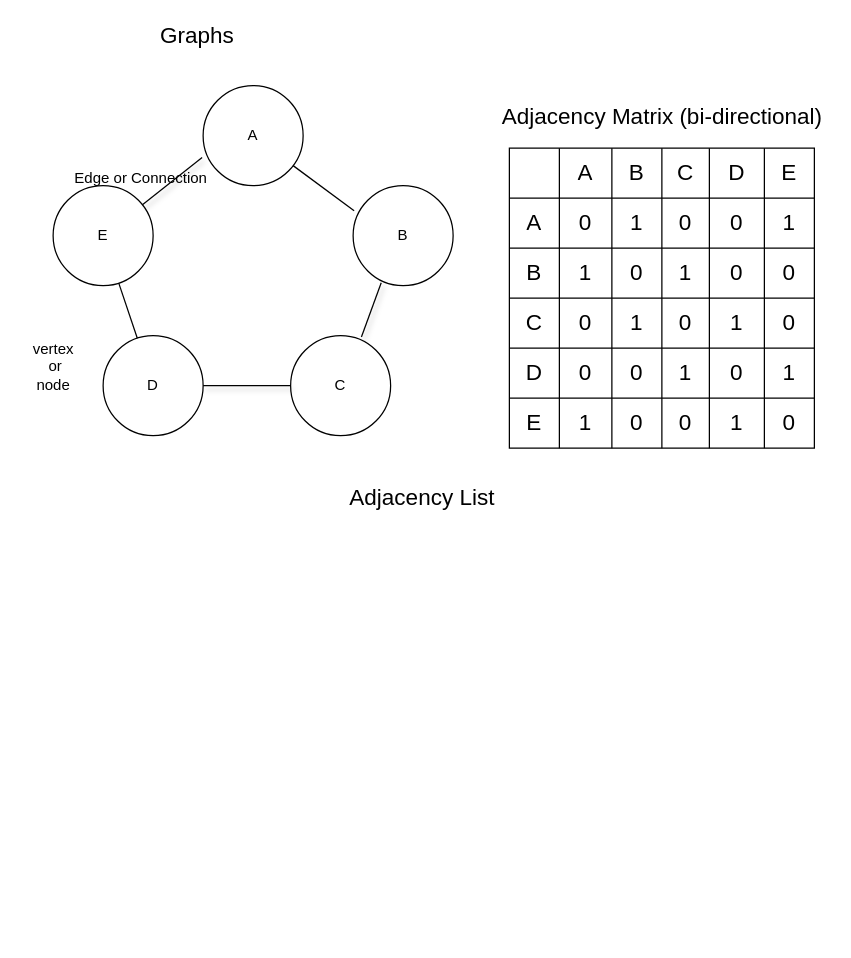
anjali-ghanshani/datastructure-and-algorithms-javascript keeps this draw.io diagram as data-structure/graphs.drawio. Above is the earlier version. Source tidied: cells renumbered, new cells numbered last; positions are measured from the earlier drawing's top-left corner, leaving out a move shared by most shapes. Both pictures are drawn from the tidied source at 125%, with x=0, y=0 at pixel (21, 22).
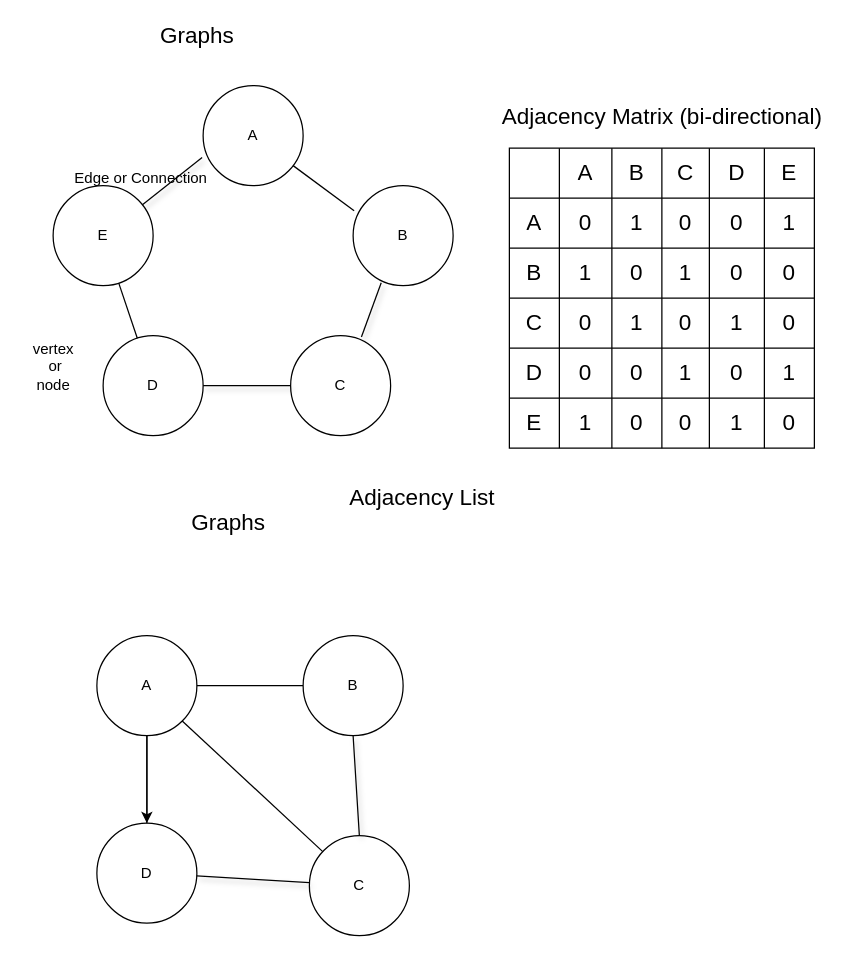
Above is the later version.

The edit, as a diff of the source:
```diff
@@
+    <mxCell id="60" value="D" style="ellipse;whiteSpace=wrap;html=1;" parent="1" vertex="1">
+      <mxGeometry x="60" y="640" width="80" height="80" as="geometry" />
+    </mxCell>
+    <mxCell id="61" style="edgeStyle=none;html=1;" parent="1" edge="1" source="62" target="60">
+      <mxGeometry relative="1" as="geometry" />
+    </mxCell>
+    <mxCell id="62" value="A" style="ellipse;whiteSpace=wrap;html=1;" parent="1" vertex="1">
+      <mxGeometry x="60" y="490" width="80" height="80" as="geometry" />
+    </mxCell>
+    <mxCell id="63" style="endArrow=none;html=1;exitX=0;exitY=0.5;exitDx=0;exitDy=0;" parent="1" edge="1" source="65" target="62">
+      <mxGeometry relative="1" as="geometry" />
+    </mxCell>
+    <mxCell id="64" value="&lt;font style=&quot;font-size: 18px&quot;&gt;Graphs&lt;/font&gt;" style="text;html=1;align=center;verticalAlign=middle;strokeColor=none;fillColor=none;fontSize=12;" parent="1" vertex="1">
+      <mxGeometry x="130" y="390" width="70" height="20" as="geometry" />
+    </mxCell>
+    <mxCell id="65" value="B" style="ellipse;whiteSpace=wrap;html=1;" parent="1" vertex="1">
+      <mxGeometry x="225" y="490" width="80" height="80" as="geometry" />
+    </mxCell>
+    <mxCell id="66" value="C" style="ellipse;whiteSpace=wrap;html=1;" parent="1" vertex="1">
+      <mxGeometry x="230" y="650" width="80" height="80" as="geometry" />
+    </mxCell>
+    <mxCell id="67" style="endArrow=none;html=1;shadow=1;fontSize=18;exitX=0.5;exitY=0;exitDx=0;exitDy=0;entryX=0.5;entryY=1;entryDx=0;entryDy=0;" parent="1" edge="1" source="66" target="65">
+      <mxGeometry relative="1" as="geometry" />
+    </mxCell>
+    <mxCell id="68" style="endArrow=none;html=1;shadow=1;fontSize=18;" parent="1" edge="1" source="60" target="66">
+      <mxGeometry relative="1" as="geometry" />
+    </mxCell>
+    <mxCell id="69" style="endArrow=none;html=1;" parent="1" edge="1" source="60" target="62">
+      <mxGeometry relative="1" as="geometry" />
+    </mxCell>
+    <mxCell id="70" style="endArrow=none;html=1;entryX=1;entryY=1;entryDx=0;entryDy=0;" parent="1" edge="1" source="66" target="62">
+      <mxGeometry relative="1" as="geometry" />
+    </mxCell>
```
